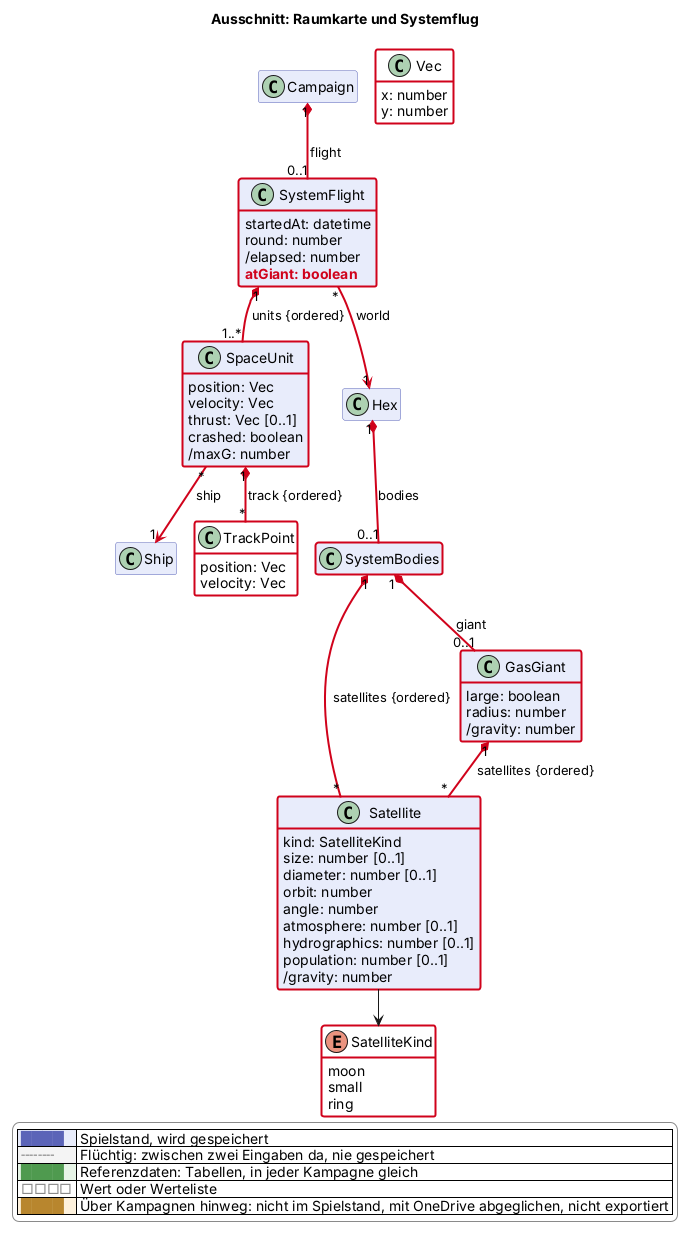
The PlantUML diagram docs/views/raum.png in scuzzar/SRE, before a commit.
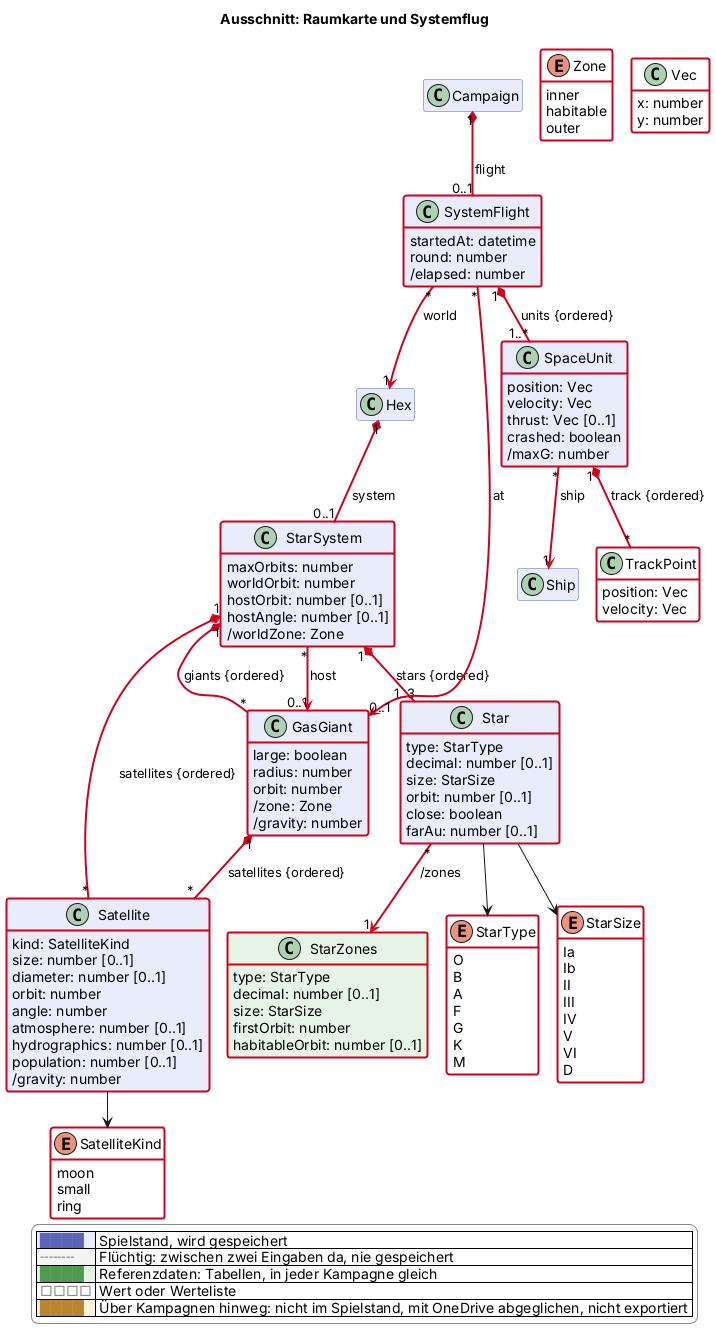
After the change.

What changed in the source:
```diff
@@ -77,9 +77,52 @@
     startedAt: datetime
     round: number
     /elapsed: number
-    $new("2026-11-18b", "atGiant: boolean")
   }
-  class SystemBodies $raum $newClass("2026-11-18b") {
+  class StarSystem $raum $newClass("2026-11-18b") {
+    maxOrbits: number
+    worldOrbit: number
+    hostOrbit: number [0..1]
+    hostAngle: number [0..1]
+    /worldZone: Zone
+  }
+  class Star $raum $newClass("2026-11-18b") {
+    type: StarType
+    decimal: number [0..1]
+    size: StarSize
+    orbit: number [0..1]
+    close: boolean
+    farAu: number [0..1]
+  }
+  enum StarType <<value>> $raum $newClass("2026-11-18b") {
+    O
+    B
+    A
+    F
+    G
+    K
+    M
+  }
+  enum StarSize <<value>> $raum $newClass("2026-11-18b") {
+    Ia
+    Ib
+    II
+    III
+    IV
+    V
+    VI
+    D
+  }
+  enum Zone <<value>> $raum $newClass("2026-11-18b") {
+    inner
+    habitable
+    outer
+  }
+  class StarZones <<reference>> $raum $newClass("2026-11-18b") {
+    type: StarType
+    decimal: number [0..1]
+    size: StarSize
+    firstOrbit: number
+    habitableOrbit: number [0..1]
   }
   class Satellite $raum $newClass("2026-11-18b") {
     kind: SatelliteKind
@@ -100,6 +143,8 @@
   class GasGiant $raum $newClass("2026-11-18b") {
     large: boolean
     radius: number
+    orbit: number
+    /zone: Zone
     /gravity: number
   }
   class SpaceUnit $raum $newClass("2026-11-18") {
@@ -132,9 +177,15 @@
 SystemFlight "1" *-$newArrow("2026-11-18")- "1..*" SpaceUnit : units {ordered}
 SpaceUnit "*" -$newArrow("2026-11-18")-> "1" Ship : ship
 SpaceUnit "1" *-$newArrow("2026-11-18")- "*" TrackPoint : track {ordered}
-Hex "1" *-$newArrow("2026-11-18b")- "0..1" SystemBodies : bodies
-SystemBodies "1" *-$newArrow("2026-11-18b")- "*" Satellite : satellites {ordered}
-SystemBodies "1" *-$newArrow("2026-11-18b")- "0..1" GasGiant : giant
+Hex "1" *-$newArrow("2026-11-18b")- "0..1" StarSystem : system
+StarSystem "1" *-$newArrow("2026-11-18b")- "1..3" Star : stars {ordered}
+StarSystem "1" *-$newArrow("2026-11-18b")- "*" Satellite : satellites {ordered}
+StarSystem "1" *-$newArrow("2026-11-18b")- "*" GasGiant : giants {ordered}
+StarSystem "*" -$newArrow("2026-11-18b")-> "0..1" GasGiant : host
+Star "*" -$newArrow("2026-11-18b")-> "1" StarZones : /zones
+Star --> StarType
+Star --> StarSize
+SystemFlight "*" -$newArrow("2026-11-18b")-> "0..1" GasGiant : at
 GasGiant "1" *-$newArrow("2026-11-18b")- "*" Satellite : satellites {ordered}
 Satellite --> SatelliteKind
 
@@ -157,5 +208,4 @@
   |<#ffffff> <color:#8a8a8a>□□□□</color> | Wert oder Werteliste |
   |<#fdf1dc> <color:#b8862e>████</color> | Über Kampagnen hinweg: nicht im Spielstand, mit OneDrive abgeglichen, nicht exportiert |
 endlegend
-class SystemFlight #line:d0021b;line.bold
 @enduml
```
